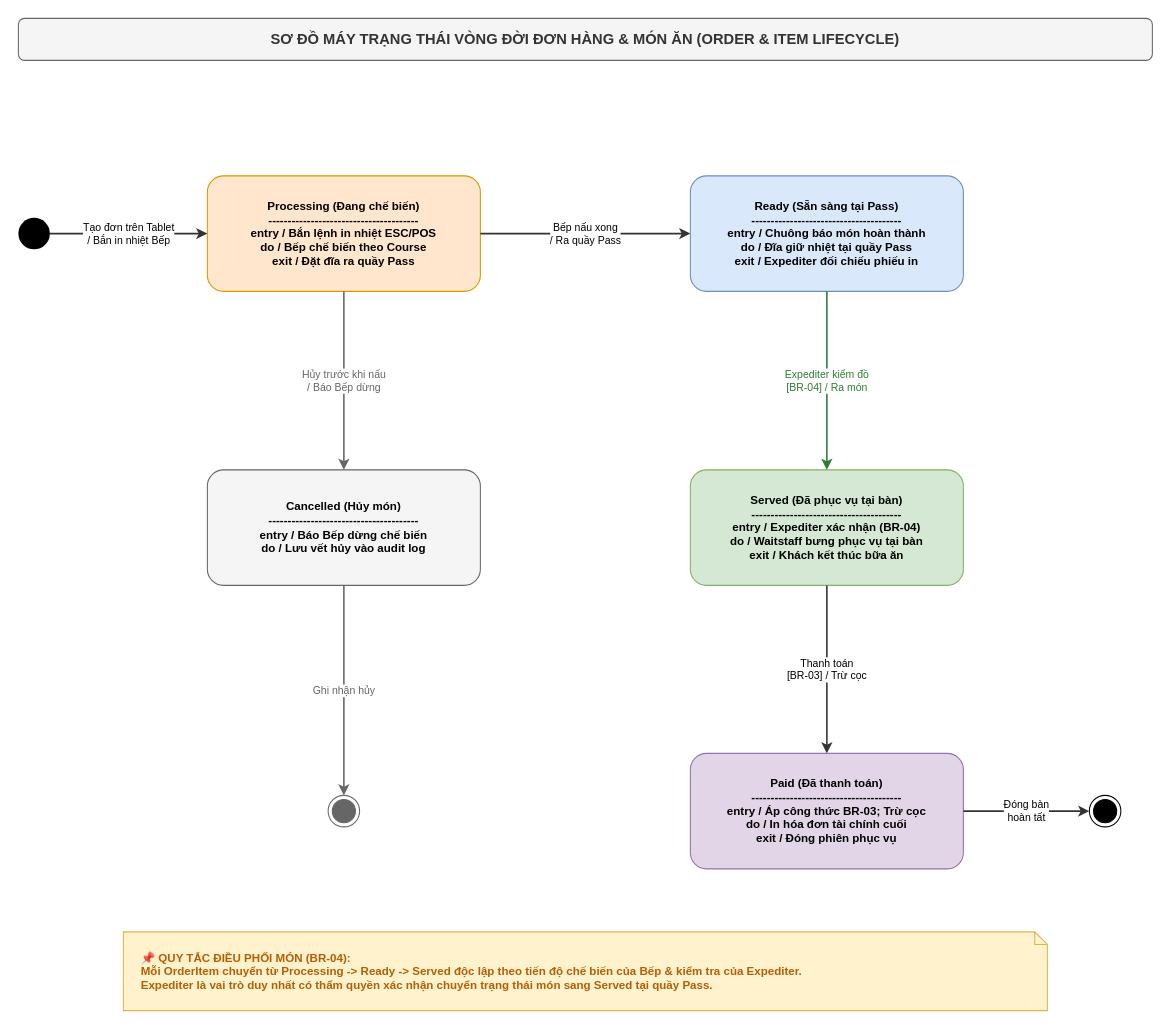
This is docs/phase1/drawio/state_order_lifecycle.drawio from AndrewQng/VinDining, a draw.io file, before an edit. Source tidied: cells renumbered, new cells numbered last; positions are measured from the earlier drawing's top-left corner, leaving out a move shared by most shapes. Both pictures are drawn from the tidied source at 105%, with x=0, y=0 at pixel (18, 18).
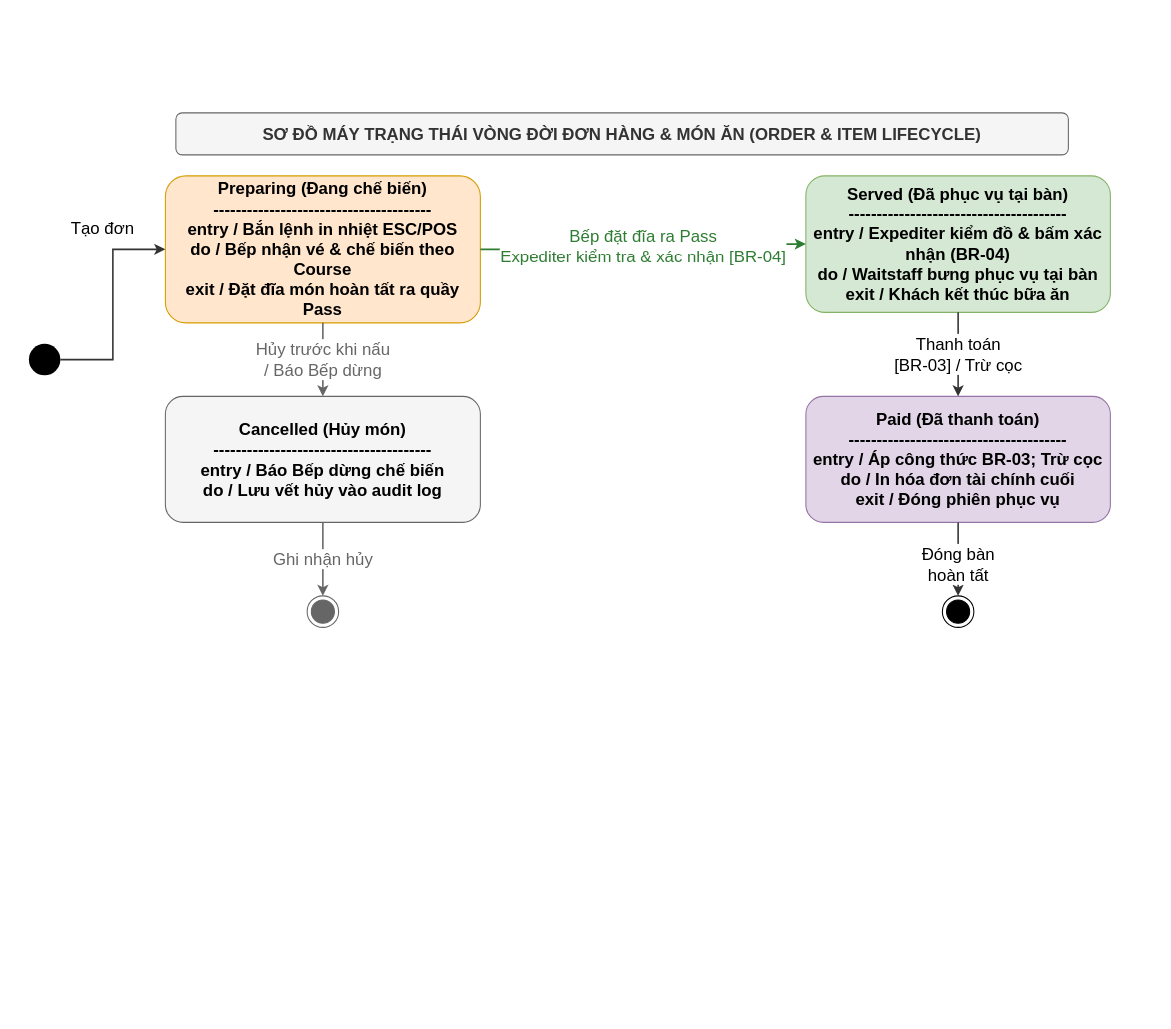
Above is the later version.

Diff of the diagram source:
```diff
@@
 <mxGraphModel>
   <root>
     <mxCell id="0" />
     <mxCell id="1" parent="0" />
-    <mxCell id="2" value="SƠ ĐỒ MÁY TRẠNG THÁI VÒNG ĐỜI ĐƠN HÀNG &amp; MÓN ĂN (ORDER &amp; ITEM LIFECYCLE)" style="rounded=1;whiteSpace=wrap;html=1;fillColor=#f5f5f5;strokeColor=#666666;fontStyle=1;fontSize=14;fontColor=#333333;" parent="1" vertex="1">
-      <mxGeometry width="1080" height="40" as="geometry" />
+    <mxCell id="2" value="SƠ ĐỒ MÁY TRẠNG THÁI VÒNG ĐỜI ĐƠN HÀNG &amp;amp; MÓN ĂN (ORDER &amp;amp; ITEM LIFECYCLE)" style="rounded=1;whiteSpace=wrap;html=1;fillColor=#f5f5f5;strokeColor=#666666;fontStyle=1;fontSize=16;fontColor=#333333;" parent="1" vertex="1">
+      <mxGeometry x="150" y="90" width="850" height="40" as="geometry" />
     </mxCell>
-    <mxCell id="3" style="ellipse;whiteSpace=wrap;html=1;fillColor=#000000;strokeColor=none;" parent="1" vertex="1">
-      <mxGeometry y="190" width="30" height="30" as="geometry" />
+    <mxCell id="3" style="ellipse;whiteSpace=wrap;html=1;fillColor=#000000;strokeColor=none;fontSize=16;" parent="1" vertex="1">
+      <mxGeometry x="10" y="310" width="30" height="30" as="geometry" />
     </mxCell>
-    <mxCell id="4" value="Processing (Đang chế biến)&#10;---------------------------------------&#10;entry / Bắn lệnh in nhiệt ESC/POS&#10;do / Bếp chế biến theo Course&#10;exit / Đặt đĩa ra quầy Pass" style="rounded=1;arcSize=14;whiteSpace=wrap;html=1;fillColor=#ffe6cc;strokeColor=#d79b00;fontStyle=1;fontSize=11;align=center;verticalAlign=middle;" parent="1" vertex="1">
-      <mxGeometry x="180" y="150" width="260" height="110" as="geometry" />
-    </mxCell>
-    <mxCell id="5" value="Ready (Sẵn sàng tại Pass)&#10;---------------------------------------&#10;entry / Chuông báo món hoàn thành&#10;do / Đĩa giữ nhiệt tại quầy Pass&#10;exit / Expediter đối chiếu phiếu in" style="rounded=1;arcSize=14;whiteSpace=wrap;html=1;fillColor=#dae8fc;strokeColor=#6c8ebf;fontStyle=1;fontSize=11;align=center;verticalAlign=middle;" parent="1" vertex="1">
-      <mxGeometry x="640" y="150" width="260" height="110" as="geometry" />
-    </mxCell>
+    <mxCell id="19" value="Preparing (Đang chế biến)&#10;---------------------------------------&#10;entry / Bắn lệnh in nhiệt ESC/POS&#10;do / Bếp nhận vé &amp;amp; chế biến theo Course&#10;exit / Đặt đĩa món hoàn tất ra quầy Pass" style="rounded=1;arcSize=14;whiteSpace=wrap;html=1;fillColor=#ffe6cc;strokeColor=#d79b00;fontStyle=1;fontSize=16;align=center;verticalAlign=middle;" parent="1" vertex="1">
+      <mxGeometry x="140" y="150" width="300" height="140" as="geometry" />
+    </mxCell>
-    <mxCell id="6" value="Served (Đã phục vụ tại bàn)&#10;---------------------------------------&#10;entry / Expediter xác nhận (BR-04)&#10;do / Waitstaff bưng phục vụ tại bàn&#10;exit / Khách kết thúc bữa ăn" style="rounded=1;arcSize=14;whiteSpace=wrap;html=1;fillColor=#d5e8d4;strokeColor=#82b366;fontStyle=1;fontSize=11;align=center;verticalAlign=middle;" parent="1" vertex="1">
-      <mxGeometry x="640" y="430" width="260" height="110" as="geometry" />
+    <mxCell id="6" value="Served (Đã phục vụ tại bàn)&#10;---------------------------------------&#10;entry / Expediter kiểm đồ &amp;amp; bấm xác nhận (BR-04)&#10;do / Waitstaff bưng phục vụ tại bàn&#10;exit / Khách kết thúc bữa ăn" style="rounded=1;arcSize=14;whiteSpace=wrap;html=1;fillColor=#d5e8d4;strokeColor=#82b366;fontStyle=1;fontSize=16;align=center;verticalAlign=middle;" parent="1" vertex="1">
+      <mxGeometry x="750" y="150" width="290" height="130" as="geometry" />
     </mxCell>
-    <mxCell id="7" value="Paid (Đã thanh toán)&#10;---------------------------------------&#10;entry / Áp công thức BR-03; Trừ cọc&#10;do / In hóa đơn tài chính cuối&#10;exit / Đóng phiên phục vụ" style="rounded=1;arcSize=14;whiteSpace=wrap;html=1;fillColor=#e1d5e7;strokeColor=#9673a6;fontStyle=1;fontSize=11;align=center;verticalAlign=middle;" parent="1" vertex="1">
-      <mxGeometry x="640" y="700" width="260" height="110" as="geometry" />
+    <mxCell id="7" value="Paid (Đã thanh toán)&#10;---------------------------------------&#10;entry / Áp công thức BR-03; Trừ cọc&#10;do / In hóa đơn tài chính cuối&#10;exit / Đóng phiên phục vụ" style="rounded=1;arcSize=14;whiteSpace=wrap;html=1;fillColor=#e1d5e7;strokeColor=#9673a6;fontStyle=1;fontSize=16;align=center;verticalAlign=middle;" parent="1" vertex="1">
+      <mxGeometry x="750" y="360" width="290" height="120" as="geometry" />
     </mxCell>
-    <mxCell id="8" value="Cancelled (Hủy món)&#10;---------------------------------------&#10;entry / Báo Bếp dừng chế biến&#10;do / Lưu vết hủy vào audit log" style="rounded=1;arcSize=14;whiteSpace=wrap;html=1;fillColor=#f5f5f5;strokeColor=#666666;fontStyle=1;fontSize=11;align=center;verticalAlign=middle;" parent="1" vertex="1">
-      <mxGeometry x="180" y="430" width="260" height="110" as="geometry" />
+    <mxCell id="8" value="Cancelled (Hủy món)&#10;---------------------------------------&#10;entry / Báo Bếp dừng chế biến&#10;do / Lưu vết hủy vào audit log" style="rounded=1;arcSize=14;whiteSpace=wrap;html=1;fillColor=#f5f5f5;strokeColor=#666666;fontStyle=1;fontSize=16;align=center;verticalAlign=middle;" parent="1" vertex="1">
+      <mxGeometry x="140" y="360" width="300" height="120" as="geometry" />
     </mxCell>
-    <mxCell id="9" style="ellipse;html=1;shape=endState;fillColor=#000000;strokeColor=#000000;" parent="1" vertex="1">
-      <mxGeometry x="1020" y="740" width="30" height="30" as="geometry" />
+    <mxCell id="9" style="ellipse;html=1;shape=endState;fillColor=#000000;strokeColor=#000000;fontSize=16;" parent="1" vertex="1">
+      <mxGeometry x="880" y="550" width="30" height="30" as="geometry" />
     </mxCell>
-    <mxCell id="10" style="ellipse;html=1;shape=endState;fillColor=#666666;strokeColor=#666666;" parent="1" vertex="1">
-      <mxGeometry x="295" y="740" width="30" height="30" as="geometry" />
+    <mxCell id="10" style="ellipse;html=1;shape=endState;fillColor=#666666;strokeColor=#666666;fontSize=16;" parent="1" vertex="1">
+      <mxGeometry x="275" y="550" width="30" height="30" as="geometry" />
     </mxCell>
-    <mxCell id="11" value="Tạo đơn trên Tablet&#10;/ Bắn in nhiệt Bếp" style="edgeStyle=orthogonalEdgeStyle;rounded=0;strokeColor=#333333;strokeWidth=1.5;html=1;fontSize=10;labelBackgroundColor=#ffffff;exitX=1;exitY=0.5;entryX=0;entryY=0.5;" parent="1" edge="1" source="3" target="4">
-      <mxGeometry relative="1" as="geometry" />
+    <mxCell id="11" value="Tạo đơn" style="edgeStyle=orthogonalEdgeStyle;rounded=0;strokeColor=#333333;strokeWidth=1.5;html=1;fontSize=16;labelBackgroundColor=#ffffff;exitX=1;exitY=0.5;entryX=0;entryY=0.5;" parent="1" edge="1" source="3" target="19">
+      <mxGeometry x="0.51" y="22" relative="1" as="geometry">
+        <mxPoint x="-10" y="2" as="offset" />
+      </mxGeometry>
     </mxCell>
-    <mxCell id="12" value="Bếp nấu xong&#10;/ Ra quầy Pass" style="edgeStyle=orthogonalEdgeStyle;rounded=0;strokeColor=#333333;strokeWidth=1.5;html=1;fontSize=10;labelBackgroundColor=#ffffff;exitX=1;exitY=0.5;entryX=0;entryY=0.5;" parent="1" edge="1" source="4" target="5">
+    <mxCell id="12" value="Bếp đặt đĩa ra Pass&#10;Expediter kiểm tra &amp;amp; xác nhận [BR-04]" style="edgeStyle=orthogonalEdgeStyle;rounded=0;strokeColor=#2e7d32;strokeWidth=1.5;html=1;fontSize=16;labelBackgroundColor=#ffffff;fontColor=#2e7d32;exitX=1;exitY=0.5;entryX=0;entryY=0.5;" parent="1" edge="1" source="19" target="6">
       <mxGeometry relative="1" as="geometry" />
     </mxCell>
-    <mxCell id="13" value="Hủy trước khi nấu&#10;/ Báo Bếp dừng" style="edgeStyle=orthogonalEdgeStyle;rounded=0;strokeColor=#666666;strokeWidth=1.5;html=1;fontSize=10;labelBackgroundColor=#ffffff;fontColor=#666666;exitX=0.5;exitY=1;entryX=0.5;entryY=0;" parent="1" edge="1" source="4" target="8">
+    <mxCell id="13" value="Hủy trước khi nấu&#10;/ Báo Bếp dừng" style="edgeStyle=orthogonalEdgeStyle;rounded=0;strokeColor=#666666;strokeWidth=1.5;html=1;fontSize=16;labelBackgroundColor=#ffffff;fontColor=#666666;exitX=0.5;exitY=1;entryX=0.5;entryY=0;" parent="1" edge="1" source="19" target="8">
       <mxGeometry relative="1" as="geometry" />
     </mxCell>
-    <mxCell id="14" value="Ghi nhận hủy" style="edgeStyle=orthogonalEdgeStyle;rounded=0;strokeColor=#666666;strokeWidth=1.5;html=1;fontSize=10;labelBackgroundColor=#ffffff;fontColor=#666666;exitX=0.5;exitY=1;entryX=0.5;entryY=0;" parent="1" edge="1" source="8" target="10">
+    <mxCell id="14" value="Ghi nhận hủy" style="edgeStyle=orthogonalEdgeStyle;rounded=0;strokeColor=#666666;strokeWidth=1.5;html=1;fontSize=16;labelBackgroundColor=#ffffff;fontColor=#666666;exitX=0.5;exitY=1;entryX=0.5;entryY=0;" parent="1" edge="1" source="8" target="10">
       <mxGeometry relative="1" as="geometry" />
     </mxCell>
-    <mxCell id="15" value="Expediter kiểm đồ&#10;[BR-04] / Ra món" style="edgeStyle=orthogonalEdgeStyle;rounded=0;strokeColor=#2e7d32;strokeWidth=1.5;html=1;fontSize=10;labelBackgroundColor=#ffffff;fontColor=#2e7d32;exitX=0.5;exitY=1;entryX=0.5;entryY=0;" parent="1" edge="1" source="5" target="6">
-      <mxGeometry relative="1" as="geometry" />
-    </mxCell>
-    <mxCell id="16" value="Thanh toán&#10;[BR-03] / Trừ cọc" style="edgeStyle=orthogonalEdgeStyle;rounded=0;strokeColor=#333333;strokeWidth=1.5;html=1;fontSize=10;labelBackgroundColor=#ffffff;exitX=0.5;exitY=1;entryX=0.5;entryY=0;" parent="1" edge="1" source="6" target="7">
+    <mxCell id="16" value="Thanh toán&#10;[BR-03] / Trừ cọc" style="edgeStyle=orthogonalEdgeStyle;rounded=0;strokeColor=#333333;strokeWidth=1.5;html=1;fontSize=16;labelBackgroundColor=#ffffff;exitX=0.5;exitY=1;entryX=0.5;entryY=0;" parent="1" edge="1" source="6" target="7">
       <mxGeometry relative="1" as="geometry" />
     </mxCell>
-    <mxCell id="17" value="Đóng bàn&#10;hoàn tất" style="edgeStyle=orthogonalEdgeStyle;rounded=0;strokeColor=#333333;strokeWidth=1.5;html=1;fontSize=10;labelBackgroundColor=#ffffff;exitX=1;exitY=0.5;entryX=0;entryY=0.5;" parent="1" edge="1" source="7" target="9">
-      <mxGeometry relative="1" as="geometry" />
+    <mxCell id="17" value="Đóng bàn&#10;hoàn tất" style="edgeStyle=orthogonalEdgeStyle;rounded=0;strokeColor=#333333;strokeWidth=1.5;html=1;fontSize=16;labelBackgroundColor=#ffffff;exitX=0.5;exitY=1;entryX=0.5;entryY=0;exitDx=0;exitDy=0;entryDx=0;entryDy=0;" parent="1" edge="1" source="7" target="9">
+      <mxGeometry relative="1" as="geometry">
+        <Array as="points">
+          <mxPoint x="900" y="520" />
+          <mxPoint x="900" y="520" />
+        </Array>
+      </mxGeometry>
     </mxCell>
-    <mxCell id="18" value="📌 QUY TẮC ĐIỀU PHỐI MÓN (BR-04):&#10;Mỗi OrderItem chuyển từ Processing -&gt; Ready -&gt; Served độc lập theo tiến độ chế biến của Bếp &amp; kiểm tra của Expediter.&#10;Expediter là vai trò duy nhất có thẩm quyền xác nhận chuyển trạng thái món sang Served tại quầy Pass." style="shape=note;whiteSpace=wrap;html=1;fillColor=#fff2cc;strokeColor=#d6b656;fontColor=#b45f06;fontSize=11;fontStyle=1;size=12;align=left;spacingLeft=15;" parent="1" vertex="1">
-      <mxGeometry x="100" y="870" width="880" height="75" as="geometry" />
-    </mxCell>
   </root>
 </mxGraphModel>
```
